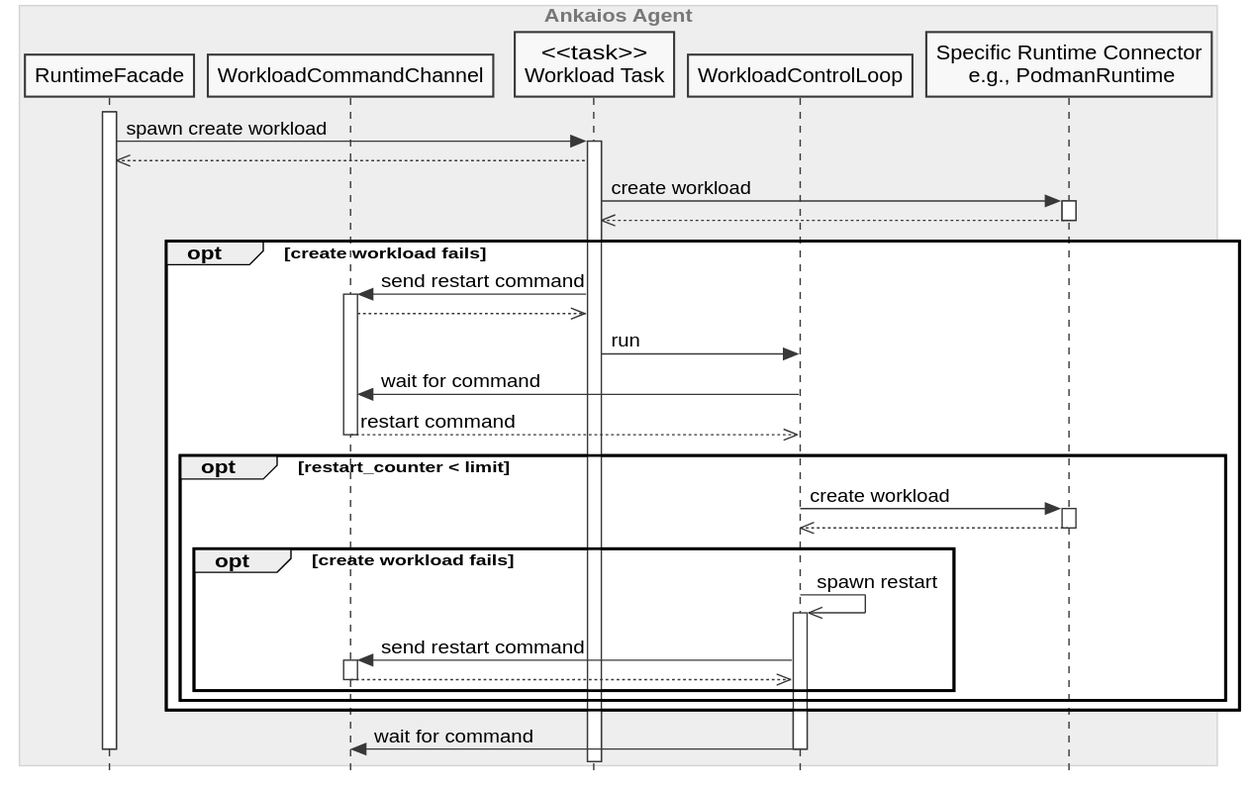
Above: agent/doc/swdesign/plantuml/seq_restart_workload_on_create_failure.svg in eclipse-ankaios/ankaios (PlantUML), before the change.
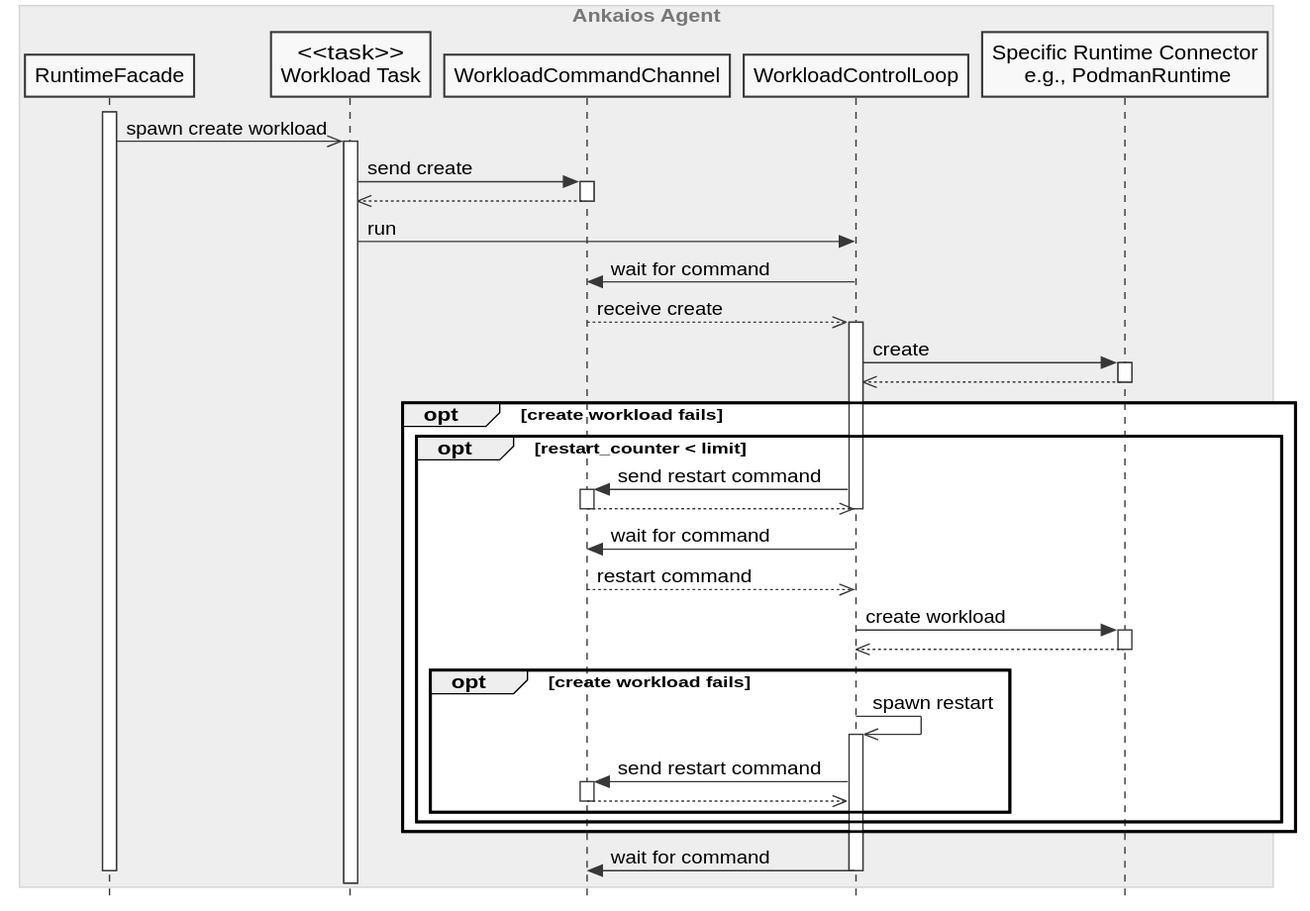
After the change.

Commit message:
Adapt diagrams to fit create workload command

What changed in the source:
```diff
@@ -28,24 +28,28 @@
 
 box "Ankaios Agent"
     participant "RuntimeFacade" as runtime_facade
+    participant "<<task>>\nWorkload Task" as create_workload_task
     participant "WorkloadCommandChannel" as workload_command
-    participant "<<task>>\nWorkload Task" as create_workload_task
     participant "WorkloadControlLoop" as workload_control_loop
     participant "Specific Runtime Connector\n e.g., PodmanRuntime" as runtime
 end box
 
 activate runtime_facade
-runtime_facade -> create_workload_task ++: spawn create workload
-create_workload_task -->> runtime_facade
-create_workload_task -> runtime ++: create workload
-runtime -->> create_workload_task--
+runtime_facade ->> create_workload_task ++: spawn create workload
+create_workload_task -> workload_command ++: send create
+workload_command -->> create_workload_task--
+create_workload_task -> workload_control_loop : run
+workload_control_loop -> workload_command: wait for command
+workload_command -->> workload_control_loop ++: receive create
+workload_control_loop -> runtime ++: create
+runtime -->> workload_control_loop--
 opt create workload fails
-    create_workload_task -> workload_command ++: send restart command
-    workload_command -->> create_workload_task
-    create_workload_task -> workload_control_loop : run
-    workload_control_loop -> workload_command: wait for command
+    opt restart_counter < limit
+    workload_control_loop -> workload_command ++: send restart command
+    workload_command -->> workload_control_loop--
+    deactivate workload_control_loop
+    workload_control_loop -> workload_command : wait for command
     workload_command -->> workload_control_loop --++: restart command
-    opt restart_counter < limit
         workload_control_loop -> runtime ++: create workload
         runtime -->> workload_control_loop--
         opt create workload fails
```
